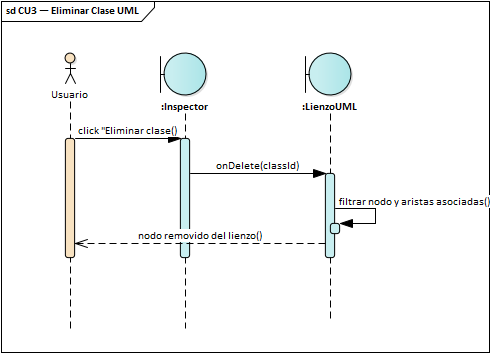
Before: docs/diagrams/ea/img/ciclo1/seq_cu3.png, a diagram exported from PlantUML (luisfernandoAngulo28/generador_diagrama_clases_uml). Its source is kept beside it as docs/diagrams/1er_parcial/seq_cu3.plantuml.
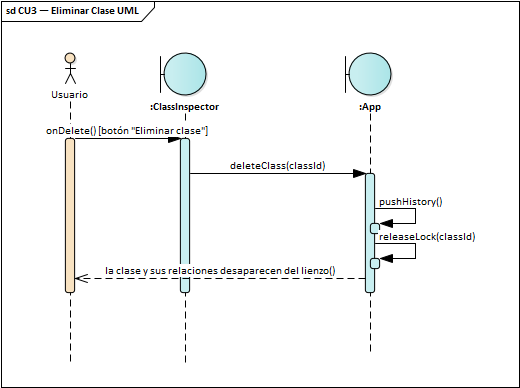
The same file after the commit.

Change to the diagram source:
```diff
@@ -1,11 +1,12 @@
 @startuml seq_cu3
 !include ../2do_parcial/pud/_seq.iuml
-title CU3 — Eliminar Clase UML\n<size:11>Diagrama de Secuencia · UML 2.5.1 · Ciclo 1 (1er Parcial)</size>
-actor "Usuario" as U
-boundary ":Inspector" as I
-boundary ":LienzoUML" as L
-U -> I : click "Eliminar clase"
-I -> L : onDelete(classId)
-L -> L : filtrar nodo y aristas asociadas
-L --> U : nodo removido del lienzo
+title CU3 — Eliminar Clase UML\n<size:11>Diagrama de Secuencia · UML 2.5.1 · Ciclo 1 · cada mensaje es una operación de la clase que lo recibe</size>
+actor Usuario as U
+boundary ":ClassInspector" as I
+boundary ":App" as A
+U -> I : onDelete() [botón "Eliminar clase"]
+I -> A : deleteClass(classId)
+A -> A : pushHistory()
+A -> A : releaseLock(classId)
+A --> U : la clase y sus relaciones desaparecen del lienzo
 @enduml
```
